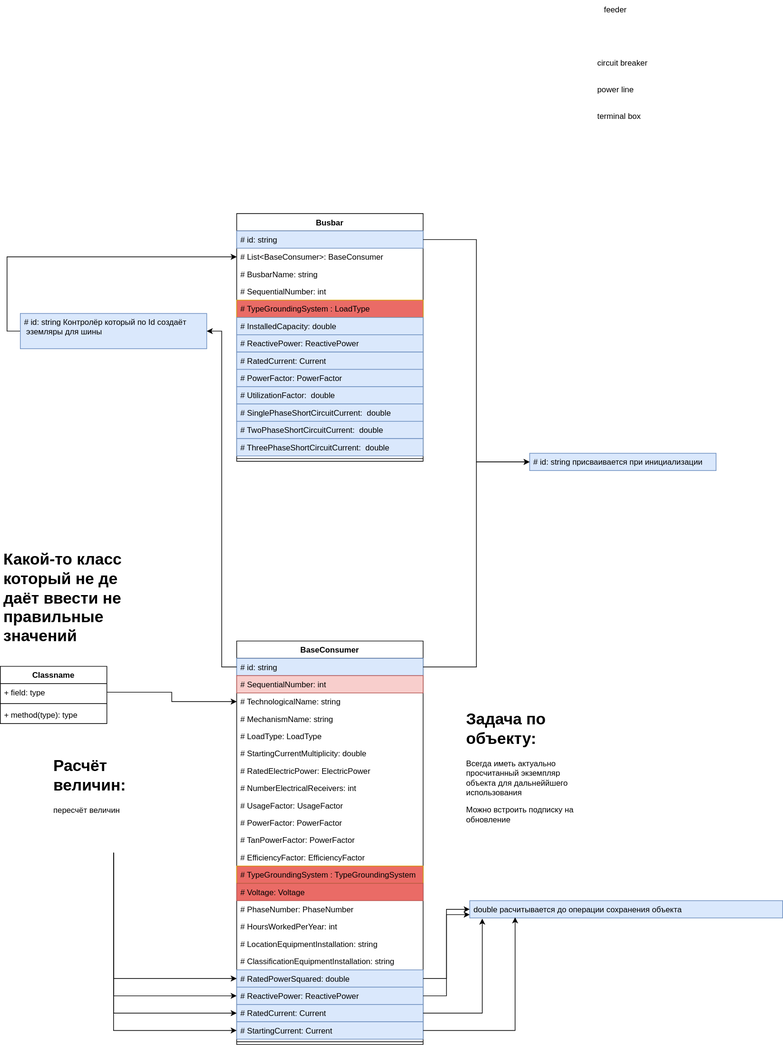
Earlier version of the draw.io export CADElectricalSystem/Concept/Concept.svg (ShadowGreg/CADElectricalSystem). Source tidied: cells renumbered, new cells last; positions are measured from the earlier drawing's top-left corner, leaving out a move shared by most shapes.
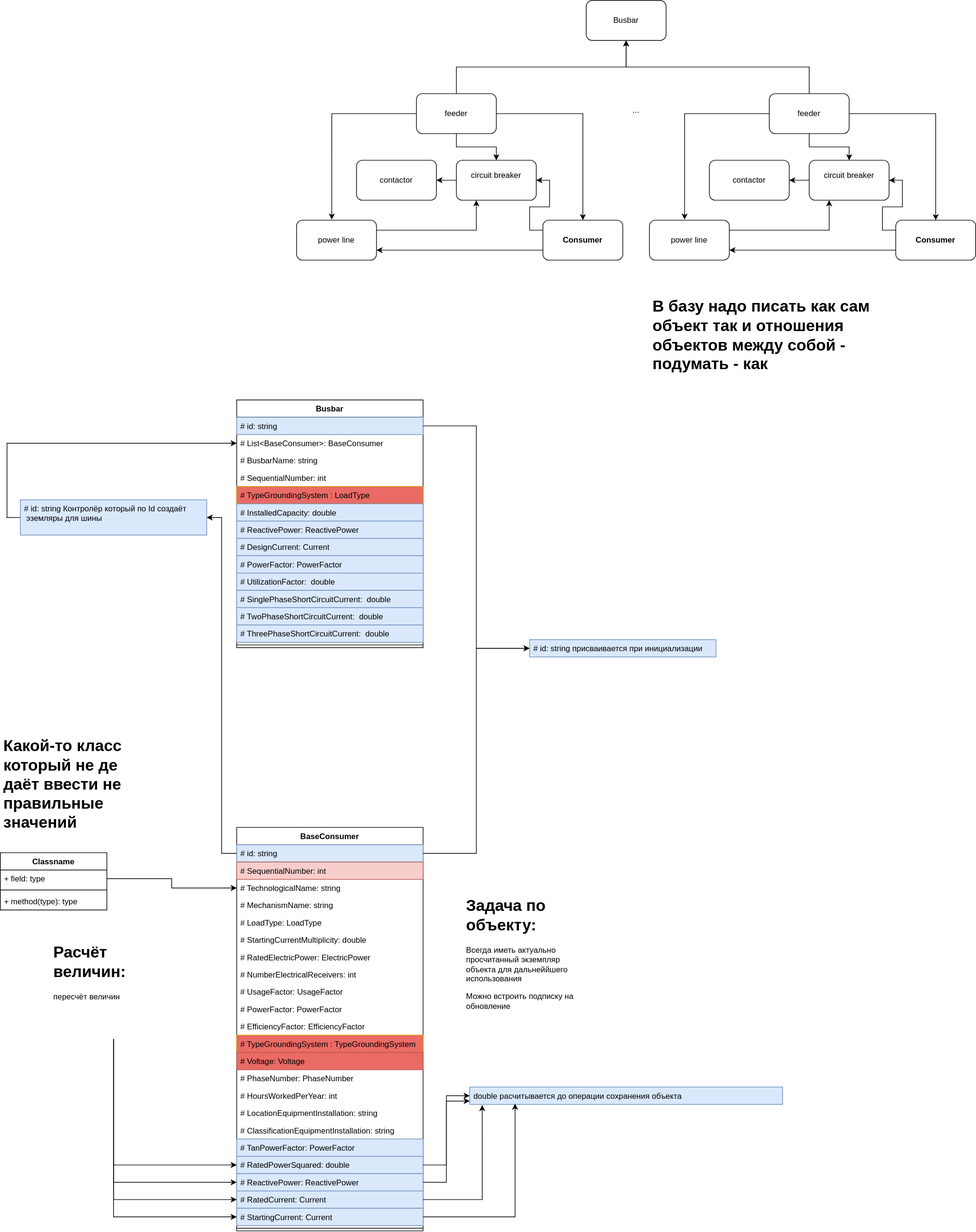
After the commit.

Change to the diagram source:
```diff
@@ -35,30 +35,30 @@
     <mxCell id="12" value="# PowerFactor: PowerFactor&#10; " style="text;strokeColor=none;fillColor=none;align=left;verticalAlign=top;spacingLeft=4;spacingRight=4;overflow=hidden;" parent="2" vertex="1">
       <mxGeometry y="260" width="280" height="26" as="geometry" />
     </mxCell>
-    <mxCell id="13" value="# TanPowerFactor: PowerFactor&#10; " style="text;strokeColor=none;fillColor=none;align=left;verticalAlign=top;spacingLeft=4;spacingRight=4;overflow=hidden;" parent="2" vertex="1">
-      <mxGeometry y="286" width="280" height="26" as="geometry" />
-    </mxCell>
     <mxCell id="14" value="# EfficiencyFactor: EfficiencyFactor&#10; " style="text;strokeColor=none;fillColor=none;align=left;verticalAlign=top;spacingLeft=4;spacingRight=4;overflow=hidden;" parent="2" vertex="1">
-      <mxGeometry y="312" width="280" height="26" as="geometry" />
+      <mxGeometry y="286" width="280" height="26" as="geometry" />
     </mxCell>
     <mxCell id="15" value="# TypeGroundingSystem : TypeGroundingSystem" style="text;strokeColor=#d79b00;fillColor=#EA6B66;align=left;verticalAlign=top;spacingLeft=4;spacingRight=4;overflow=hidden;" parent="2" vertex="1">
-      <mxGeometry y="338" width="280" height="26" as="geometry" />
+      <mxGeometry y="312" width="280" height="26" as="geometry" />
     </mxCell>
     <mxCell id="16" value="# Voltage: Voltage&#10; " style="text;strokeColor=#b85450;fillColor=#EA6B66;align=left;verticalAlign=top;spacingLeft=4;spacingRight=4;overflow=hidden;" parent="2" vertex="1">
-      <mxGeometry y="364" width="280" height="26" as="geometry" />
+      <mxGeometry y="338" width="280" height="26" as="geometry" />
     </mxCell>
     <mxCell id="17" value="# PhaseNumber: PhaseNumber&#10; " style="text;strokeColor=none;fillColor=none;align=left;verticalAlign=top;spacingLeft=4;spacingRight=4;overflow=hidden;" parent="2" vertex="1">
-      <mxGeometry y="390" width="280" height="26" as="geometry" />
+      <mxGeometry y="364" width="280" height="26" as="geometry" />
     </mxCell>
     <mxCell id="18" value="# HoursWorkedPerYear: int&#10; " style="text;strokeColor=none;fillColor=none;align=left;verticalAlign=top;spacingLeft=4;spacingRight=4;overflow=hidden;" parent="2" vertex="1">
-      <mxGeometry y="416" width="280" height="26" as="geometry" />
+      <mxGeometry y="390" width="280" height="26" as="geometry" />
     </mxCell>
     <mxCell id="19" value="# LocationEquipmentInstallation: string " style="text;strokeColor=none;fillColor=none;align=left;verticalAlign=top;spacingLeft=4;spacingRight=4;overflow=hidden;" parent="2" vertex="1">
-      <mxGeometry y="442" width="280" height="26" as="geometry" />
+      <mxGeometry y="416" width="280" height="26" as="geometry" />
     </mxCell>
     <mxCell id="20" value="# ClassificationEquipmentInstallation: string " style="text;strokeColor=none;fillColor=none;align=left;verticalAlign=top;spacingLeft=4;spacingRight=4;overflow=hidden;" parent="2" vertex="1">
-      <mxGeometry y="468" width="280" height="26" as="geometry" />
+      <mxGeometry y="442" width="280" height="26" as="geometry" />
     </mxCell>
+    <mxCell id="13" value="# TanPowerFactor: PowerFactor&#10; " style="text;strokeColor=#6c8ebf;fillColor=#dae8fc;align=left;verticalAlign=top;spacingLeft=4;spacingRight=4;overflow=hidden;" parent="2" vertex="1">
+      <mxGeometry y="468" width="280" height="26" as="geometry" />
+    </mxCell>
     <mxCell id="21" value="# RatedPowerSquared: double" style="text;strokeColor=#6c8ebf;fillColor=#dae8fc;align=left;verticalAlign=top;spacingLeft=4;spacingRight=4;overflow=hidden;points=[[0,0.5],[1,0.5]];portConstraint=eastwest;" parent="2" vertex="1">
       <mxGeometry y="494" width="280" height="26" as="geometry" />
     </mxCell>
@@ -137,7 +137,7 @@
     <mxCell id="46" value="# ReactivePower: ReactivePower" style="text;strokeColor=#6c8ebf;fillColor=#dae8fc;align=left;verticalAlign=top;spacingLeft=4;spacingRight=4;overflow=hidden;" parent="39" vertex="1">
       <mxGeometry y="182" width="280" height="26" as="geometry" />
     </mxCell>
-    <mxCell id="47" value="# RatedCurrent: Current" style="text;strokeColor=#6c8ebf;fillColor=#dae8fc;align=left;verticalAlign=top;spacingLeft=4;spacingRight=4;overflow=hidden;" parent="39" vertex="1">
+    <mxCell id="47" value="# DesignCurrent: Current" style="text;strokeColor=#6c8ebf;fillColor=#dae8fc;align=left;verticalAlign=top;spacingLeft=4;spacingRight=4;overflow=hidden;" parent="39" vertex="1">
       <mxGeometry y="208" width="280" height="26" as="geometry" />
     </mxCell>
     <mxCell id="48" value="# PowerFactor: PowerFactor&#10; " style="text;strokeColor=#6c8ebf;fillColor=#dae8fc;align=left;verticalAlign=top;spacingLeft=4;spacingRight=4;overflow=hidden;" parent="39" vertex="1">
@@ -158,18 +158,6 @@
     <mxCell id="53" style="line;strokeWidth=1;fillColor=none;align=left;verticalAlign=middle;spacingTop=-1;spacingLeft=3;spacingRight=3;labelPosition=right;strokeColor=inherit;" parent="39" vertex="1">
       <mxGeometry y="364" width="280" height="8" as="geometry" />
     </mxCell>
-    <mxCell id="54" value="circuit breaker" style="text;whiteSpace=wrap;html=1;" parent="1" vertex="1">
-      <mxGeometry x="895" y="80" width="110" height="40" as="geometry" />
-    </mxCell>
-    <mxCell id="55" value="power line" style="text;whiteSpace=wrap;html=1;" parent="1" vertex="1">
-      <mxGeometry x="895" y="120" width="90" height="40" as="geometry" />
-    </mxCell>
-    <mxCell id="56" value="terminal box" style="text;whiteSpace=wrap;html=1;" parent="1" vertex="1">
-      <mxGeometry x="895" y="160" width="100" height="40" as="geometry" />
-    </mxCell>
-    <mxCell id="57" value="feeder" style="text;whiteSpace=wrap;html=1;" parent="1" vertex="1">
-      <mxGeometry x="905" width="70" height="40" as="geometry" />
-    </mxCell>
     <mxCell id="58" style="edgeStyle=orthogonalEdgeStyle;rounded=0;jettySize=auto;html=1;" parent="1" edge="1" source="40" target="26">
       <mxGeometry relative="1" as="geometry" />
     </mxCell>
@@ -200,5 +188,102 @@
     <mxCell id="67" value="&lt;h1&gt;Какой-то класс который не де даёт ввести не правильные значений&lt;/h1&gt;" style="text;html=1;strokeColor=none;fillColor=none;spacing=5;spacingTop=-20;whiteSpace=wrap;overflow=hidden;rounded=0;" parent="1" vertex="1">
       <mxGeometry y="820" width="190" height="150" as="geometry" />
     </mxCell>
+    <mxCell id="68" style="edgeStyle=orthogonalEdgeStyle;rounded=0;jettySize=auto;html=1;entryX=1;entryY=0.75;entryDx=0;entryDy=0;exitX=0;exitY=0.75;exitDx=0;exitDy=0;" parent="1" edge="1" source="70" target="73">
+      <mxGeometry relative="1" as="geometry" />
+    </mxCell>
+    <mxCell id="69" style="edgeStyle=orthogonalEdgeStyle;rounded=0;jettySize=auto;html=1;exitX=0;exitY=0.25;exitDx=0;exitDy=0;entryX=1;entryY=0.5;entryDx=0;entryDy=0;" parent="1" edge="1" source="70" target="74">
+      <mxGeometry relative="1" as="geometry" />
+    </mxCell>
+    <mxCell id="70" value="&lt;span style=&quot;font-weight: 700;&quot;&gt;Consumer&lt;/span&gt;" style="rounded=1;whiteSpace=wrap;html=1;" parent="1" vertex="1">
+      <mxGeometry x="815" y="50" width="120" height="60" as="geometry" />
+    </mxCell>
+    <mxCell id="71" style="edgeStyle=orthogonalEdgeStyle;rounded=0;jettySize=auto;html=1;" parent="1" edge="1" source="74" target="83">
+      <mxGeometry relative="1" as="geometry" />
+    </mxCell>
+    <mxCell id="72" style="edgeStyle=orthogonalEdgeStyle;rounded=0;jettySize=auto;html=1;exitX=1;exitY=0.25;exitDx=0;exitDy=0;entryX=0.25;entryY=1;entryDx=0;entryDy=0;" parent="1" edge="1" source="73" target="74">
+      <mxGeometry relative="1" as="geometry" />
+    </mxCell>
+    <mxCell id="73" value="&lt;span style=&quot;text-align: left;&quot;&gt;power line&lt;/span&gt;" style="rounded=1;whiteSpace=wrap;html=1;" parent="1" vertex="1">
+      <mxGeometry x="445" y="50" width="120" height="60" as="geometry" />
+    </mxCell>
+    <mxCell id="74" value="&#10;&lt;span style=&quot;color: rgb(0, 0, 0); font-family: Helvetica; font-size: 12px; font-style: normal; font-variant-ligatures: normal; font-variant-caps: normal; font-weight: 400; letter-spacing: normal; orphans: 2; text-align: left; text-indent: 0px; text-transform: none; widows: 2; word-spacing: 0px; -webkit-text-stroke-width: 0px; background-color: rgb(248, 249, 250); text-decoration-thickness: initial; text-decoration-style: initial; text-decoration-color: initial; float: none; display: inline !important;&quot;&gt;circuit breaker&lt;/span&gt;&#10;&#10;" style="rounded=1;whiteSpace=wrap;html=1;" parent="1" vertex="1">
+      <mxGeometry x="685" y="-40" width="120" height="60" as="geometry" />
+    </mxCell>
+    <mxCell id="75" style="edgeStyle=orthogonalEdgeStyle;rounded=0;jettySize=auto;html=1;" parent="1" edge="1" source="79" target="80">
+      <mxGeometry relative="1" as="geometry">
+        <Array as="points">
+          <mxPoint x="685" y="-180" />
+          <mxPoint x="940" y="-180" />
+        </Array>
+      </mxGeometry>
+    </mxCell>
+    <mxCell id="76" style="edgeStyle=orthogonalEdgeStyle;rounded=0;jettySize=auto;html=1;entryX=0.44;entryY=-0.015;entryDx=0;entryDy=0;entryPerimeter=0;" parent="1" edge="1" source="79" target="73">
+      <mxGeometry relative="1" as="geometry" />
+    </mxCell>
+    <mxCell id="77" style="edgeStyle=orthogonalEdgeStyle;rounded=0;jettySize=auto;html=1;exitX=0.5;exitY=1;exitDx=0;exitDy=0;entryX=0.5;entryY=0;entryDx=0;entryDy=0;" parent="1" edge="1" source="79" target="74">
+      <mxGeometry relative="1" as="geometry" />
+    </mxCell>
+    <mxCell id="78" style="edgeStyle=orthogonalEdgeStyle;rounded=0;jettySize=auto;html=1;exitX=1;exitY=0.5;exitDx=0;exitDy=0;entryX=0.5;entryY=0;entryDx=0;entryDy=0;" parent="1" edge="1" source="79" target="70">
+      <mxGeometry relative="1" as="geometry" />
+    </mxCell>
+    <mxCell id="79" value="feeder" style="whiteSpace=wrap;html=1;rounded=1;" parent="1" vertex="1">
+      <mxGeometry x="625" y="-140" width="120" height="60" as="geometry" />
+    </mxCell>
+    <mxCell id="80" value="Busbar" style="whiteSpace=wrap;html=1;rounded=1;" parent="1" vertex="1">
+      <mxGeometry x="880" y="-280" width="120" height="60" as="geometry" />
+    </mxCell>
+    <mxCell id="81" style="edgeStyle=orthogonalEdgeStyle;rounded=0;jettySize=auto;html=1;entryX=0.5;entryY=1;entryDx=0;entryDy=0;exitX=0.5;exitY=0;exitDx=0;exitDy=0;" parent="1" edge="1" source="94" target="80">
+      <mxGeometry relative="1" as="geometry">
+        <Array as="points">
+          <mxPoint x="1215" y="-180" />
+          <mxPoint x="940" y="-180" />
+        </Array>
+      </mxGeometry>
+    </mxCell>
+    <mxCell id="82" value="..." style="text;html=1;strokeColor=none;fillColor=none;align=center;verticalAlign=middle;whiteSpace=wrap;rounded=0;" parent="1" vertex="1">
+      <mxGeometry x="925" y="-130" width="60" height="30" as="geometry" />
+    </mxCell>
+    <mxCell id="83" value="&lt;div style=&quot;text-align: left;&quot;&gt;&lt;span style=&quot;background-color: initial;&quot;&gt;contactor&lt;/span&gt;&lt;/div&gt;" style="rounded=1;whiteSpace=wrap;html=1;" parent="1" vertex="1">
+      <mxGeometry x="535" y="-40" width="120" height="60" as="geometry" />
+    </mxCell>
+    <mxCell id="84" style="edgeStyle=orthogonalEdgeStyle;rounded=0;jettySize=auto;html=1;entryX=1;entryY=0.75;entryDx=0;entryDy=0;exitX=0;exitY=0.75;exitDx=0;exitDy=0;" parent="1" edge="1" source="86" target="89">
+      <mxGeometry relative="1" as="geometry" />
+    </mxCell>
+    <mxCell id="85" style="edgeStyle=orthogonalEdgeStyle;rounded=0;jettySize=auto;html=1;exitX=0;exitY=0.25;exitDx=0;exitDy=0;entryX=1;entryY=0.5;entryDx=0;entryDy=0;" parent="1" edge="1" source="86" target="90">
+      <mxGeometry relative="1" as="geometry" />
+    </mxCell>
+    <mxCell id="86" value="&lt;span style=&quot;font-weight: 700;&quot;&gt;Consumer&lt;/span&gt;" style="rounded=1;whiteSpace=wrap;html=1;" parent="1" vertex="1">
+      <mxGeometry x="1345" y="50" width="120" height="60" as="geometry" />
+    </mxCell>
+    <mxCell id="87" style="edgeStyle=orthogonalEdgeStyle;rounded=0;jettySize=auto;html=1;" parent="1" edge="1" source="90" target="95">
+      <mxGeometry relative="1" as="geometry" />
+    </mxCell>
+    <mxCell id="88" style="edgeStyle=orthogonalEdgeStyle;rounded=0;jettySize=auto;html=1;exitX=1;exitY=0.25;exitDx=0;exitDy=0;entryX=0.25;entryY=1;entryDx=0;entryDy=0;" parent="1" edge="1" source="89" target="90">
+      <mxGeometry relative="1" as="geometry" />
+    </mxCell>
+    <mxCell id="89" value="&lt;span style=&quot;text-align: left;&quot;&gt;power line&lt;/span&gt;" style="rounded=1;whiteSpace=wrap;html=1;" parent="1" vertex="1">
+      <mxGeometry x="975" y="50" width="120" height="60" as="geometry" />
+    </mxCell>
+    <mxCell id="90" value="&#10;&lt;span style=&quot;color: rgb(0, 0, 0); font-family: Helvetica; font-size: 12px; font-style: normal; font-variant-ligatures: normal; font-variant-caps: normal; font-weight: 400; letter-spacing: normal; orphans: 2; text-align: left; text-indent: 0px; text-transform: none; widows: 2; word-spacing: 0px; -webkit-text-stroke-width: 0px; background-color: rgb(248, 249, 250); text-decoration-thickness: initial; text-decoration-style: initial; text-decoration-color: initial; float: none; display: inline !important;&quot;&gt;circuit breaker&lt;/span&gt;&#10;&#10;" style="rounded=1;whiteSpace=wrap;html=1;" parent="1" vertex="1">
+      <mxGeometry x="1215" y="-40" width="120" height="60" as="geometry" />
+    </mxCell>
+    <mxCell id="91" style="edgeStyle=orthogonalEdgeStyle;rounded=0;jettySize=auto;html=1;entryX=0.44;entryY=-0.015;entryDx=0;entryDy=0;entryPerimeter=0;" parent="1" edge="1" source="94" target="89">
+      <mxGeometry relative="1" as="geometry" />
+    </mxCell>
+    <mxCell id="92" style="edgeStyle=orthogonalEdgeStyle;rounded=0;jettySize=auto;html=1;exitX=0.5;exitY=1;exitDx=0;exitDy=0;entryX=0.5;entryY=0;entryDx=0;entryDy=0;" parent="1" edge="1" source="94" target="90">
+      <mxGeometry relative="1" as="geometry" />
+    </mxCell>
+    <mxCell id="93" style="edgeStyle=orthogonalEdgeStyle;rounded=0;jettySize=auto;html=1;exitX=1;exitY=0.5;exitDx=0;exitDy=0;entryX=0.5;entryY=0;entryDx=0;entryDy=0;" parent="1" edge="1" source="94" target="86">
+      <mxGeometry relative="1" as="geometry" />
+    </mxCell>
+    <mxCell id="94" value="feeder" style="whiteSpace=wrap;html=1;rounded=1;" parent="1" vertex="1">
+      <mxGeometry x="1155" y="-140" width="120" height="60" as="geometry" />
+    </mxCell>
+    <mxCell id="95" value="&lt;div style=&quot;text-align: left;&quot;&gt;&lt;span style=&quot;background-color: initial;&quot;&gt;contactor&lt;/span&gt;&lt;/div&gt;" style="rounded=1;whiteSpace=wrap;html=1;" parent="1" vertex="1">
+      <mxGeometry x="1065" y="-40" width="120" height="60" as="geometry" />
+    </mxCell>
+    <mxCell id="96" value="&lt;h1&gt;В базу надо писать как сам объект так и отношения объектов между собой - подумать - как&lt;/h1&gt;" style="text;html=1;strokeColor=none;fillColor=none;spacing=5;spacingTop=-20;whiteSpace=wrap;overflow=hidden;rounded=0;" parent="1" vertex="1">
+      <mxGeometry x="975" y="160" width="350" height="140" as="geometry" />
+    </mxCell>
   </root>
 </mxGraphModel>
```
